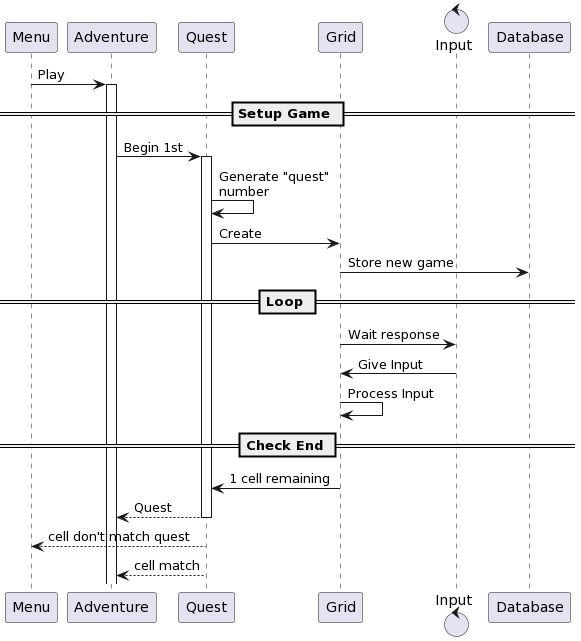
Above: doc/Software Structure/message-sequence-chart.png in AntoninoRando/Grid-Quest (PlantUML), before the change.
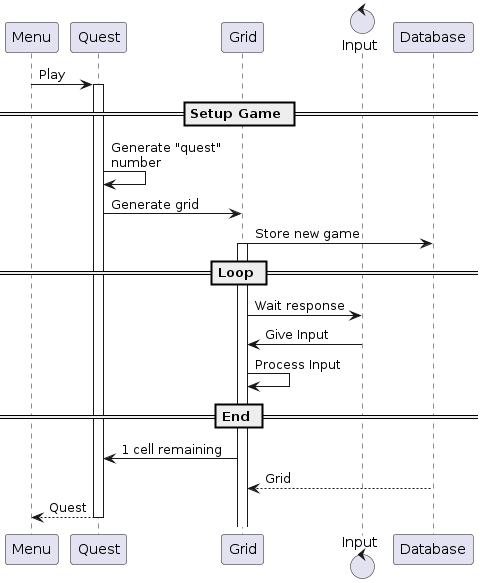
The same diagram one commit later.

The edit, as a diff of the source:
```diff
@@ -1,29 +1,26 @@
 @startuml
 participant Menu
-participant Adventure
 participant Quest
 participant Grid
 control Input
 participant Database
 
-Menu -> Adventure : Play
-activate Adventure
+Menu -> Quest : Play
 
 == Setup Game ==
-Adventure -> Quest : Begin 1st
 activate Quest
 Quest -> Quest : Generate "quest"\nnumber
-Quest -> Grid : Create
+Quest -> Grid : Generate grid
 Grid -> Database : Store new game
 
 == Loop ==
+activate Grid
 Grid -> Input : Wait response
 Input -> Grid : Give Input
 Grid -> Grid : Process Input
 
-== Check End ==
+== End ==
 Grid -> Quest : 1 cell remaining
+return Grid
 return Quest
-Quest --> Menu : cell don't match quest
-Quest --> Adventure : cell match
 @enduml
```
